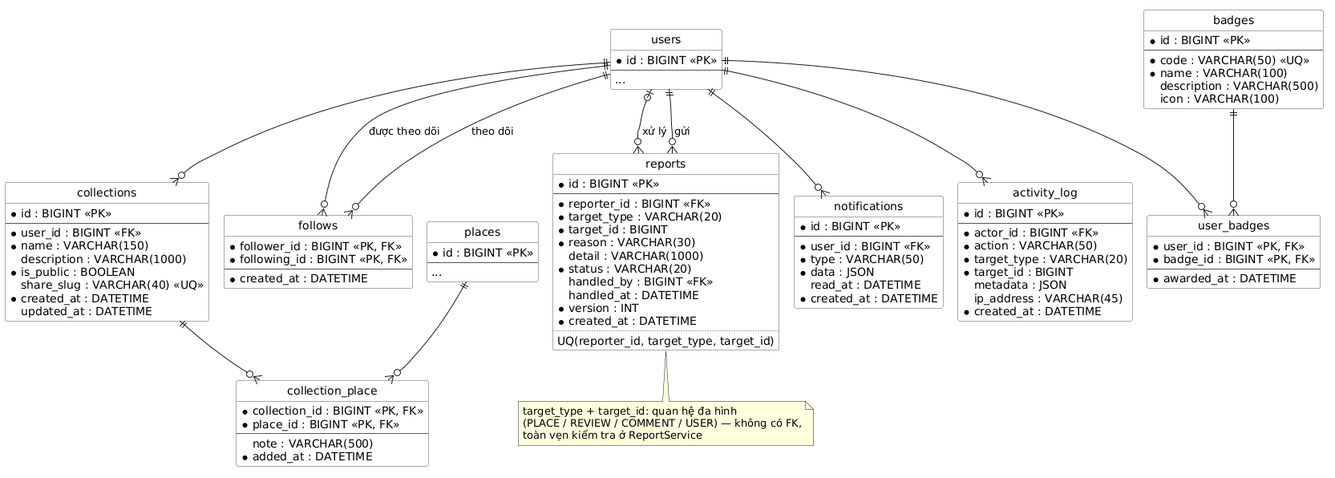
hiepfre3101/local-spot keeps this PlantUML diagram as docs/diagrams/png/erd-community.png. Above is the earlier version. Its diagram source:
```plantuml
@startuml erd-community
!pragma layout smetana
hide circle
skinparam linetype ortho
skinparam class {
  BackgroundColor #FDFDFD
  BorderColor #555555
}

entity users {
  * id : BIGINT <<PK>>
  --
  ...
}

entity places {
  * id : BIGINT <<PK>>
  --
  ...
}

entity collections {
  * id : BIGINT <<PK>>
  --
  * user_id : BIGINT <<FK>>
  * name : VARCHAR(150)
  description : VARCHAR(1000)
  * is_public : BOOLEAN
  share_slug : VARCHAR(40) <<UQ>>
  * created_at : DATETIME
  updated_at : DATETIME
}

entity collection_place {
  * collection_id : BIGINT <<PK, FK>>
  * place_id : BIGINT <<PK, FK>>
  --
  note : VARCHAR(500)
  * added_at : DATETIME
}

entity follows {
  * follower_id : BIGINT <<PK, FK>>
  * following_id : BIGINT <<PK, FK>>
  --
  * created_at : DATETIME
}

entity badges {
  * id : BIGINT <<PK>>
  --
  * code : VARCHAR(50) <<UQ>>
  * name : VARCHAR(100)
  description : VARCHAR(500)
  icon : VARCHAR(100)
}

entity user_badges {
  * user_id : BIGINT <<PK, FK>>
  * badge_id : BIGINT <<PK, FK>>
  --
  * awarded_at : DATETIME
}

entity reports {
  * id : BIGINT <<PK>>
  --
  * reporter_id : BIGINT <<FK>>
  * target_type : VARCHAR(20)
  * target_id : BIGINT
  * reason : VARCHAR(30)
  detail : VARCHAR(1000)
  * status : VARCHAR(20)
  handled_by : BIGINT <<FK>>
  handled_at : DATETIME
  * version : INT
  * created_at : DATETIME
  ..
  UQ(reporter_id, target_type, target_id)
}

entity notifications {
  * id : BIGINT <<PK>>
  --
  * user_id : BIGINT <<FK>>
  * type : VARCHAR(50)
  * data : JSON
  read_at : DATETIME
  * created_at : DATETIME
}

entity activity_log {
  * id : BIGINT <<PK>>
  --
  * actor_id : BIGINT <<FK>>
  * action : VARCHAR(50)
  * target_type : VARCHAR(20)
  * target_id : BIGINT
  metadata : JSON
  ip_address : VARCHAR(45)
  * created_at : DATETIME
}

users ||--o{ collections
collections ||--o{ collection_place
places ||--o{ collection_place
users ||--o{ follows : theo dõi
users ||--o{ follows : được theo dõi
badges ||--o{ user_badges
users ||--o{ user_badges
users ||--o{ reports : gửi
users |o--o{ reports : xử lý
users ||--o{ notifications
users ||--o{ activity_log

note bottom of reports
  target_type + target_id: quan hệ đa hình
  (PLACE / REVIEW / COMMENT / USER) — không có FK,
  toàn vẹn kiểm tra ở ReportService
end note
@enduml
```
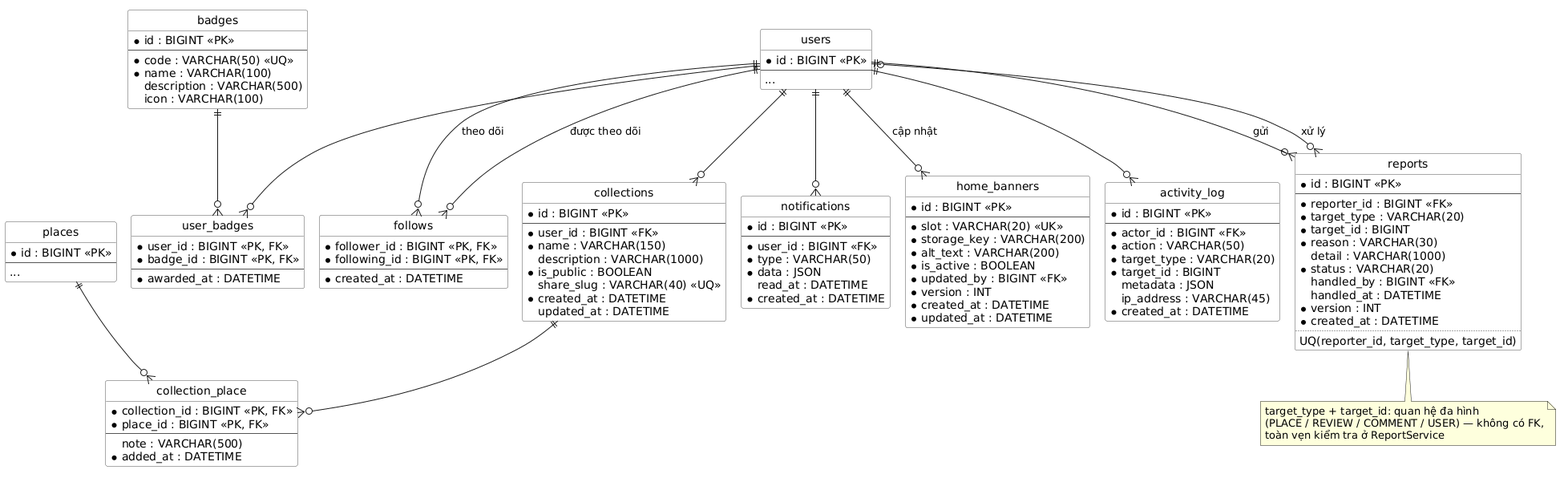
After the change.

Change to the diagram source:
```diff
@@ -89,6 +89,19 @@
   * created_at : DATETIME
 }
 
+entity home_banners {
+  * id : BIGINT <<PK>>
+  --
+  * slot : VARCHAR(20) <<UK>>
+  * storage_key : VARCHAR(200)
+  * alt_text : VARCHAR(200)
+  * is_active : BOOLEAN
+  * updated_by : BIGINT <<FK>>
+  * version : INT
+  * created_at : DATETIME
+  * updated_at : DATETIME
+}
+
 entity activity_log {
   * id : BIGINT <<PK>>
   --
@@ -112,6 +125,7 @@
 users |o--o{ reports : xử lý
 users ||--o{ notifications
 users ||--o{ activity_log
+users ||--o{ home_banners : cập nhật
 
 note bottom of reports
   target_type + target_id: quan hệ đa hình
```
